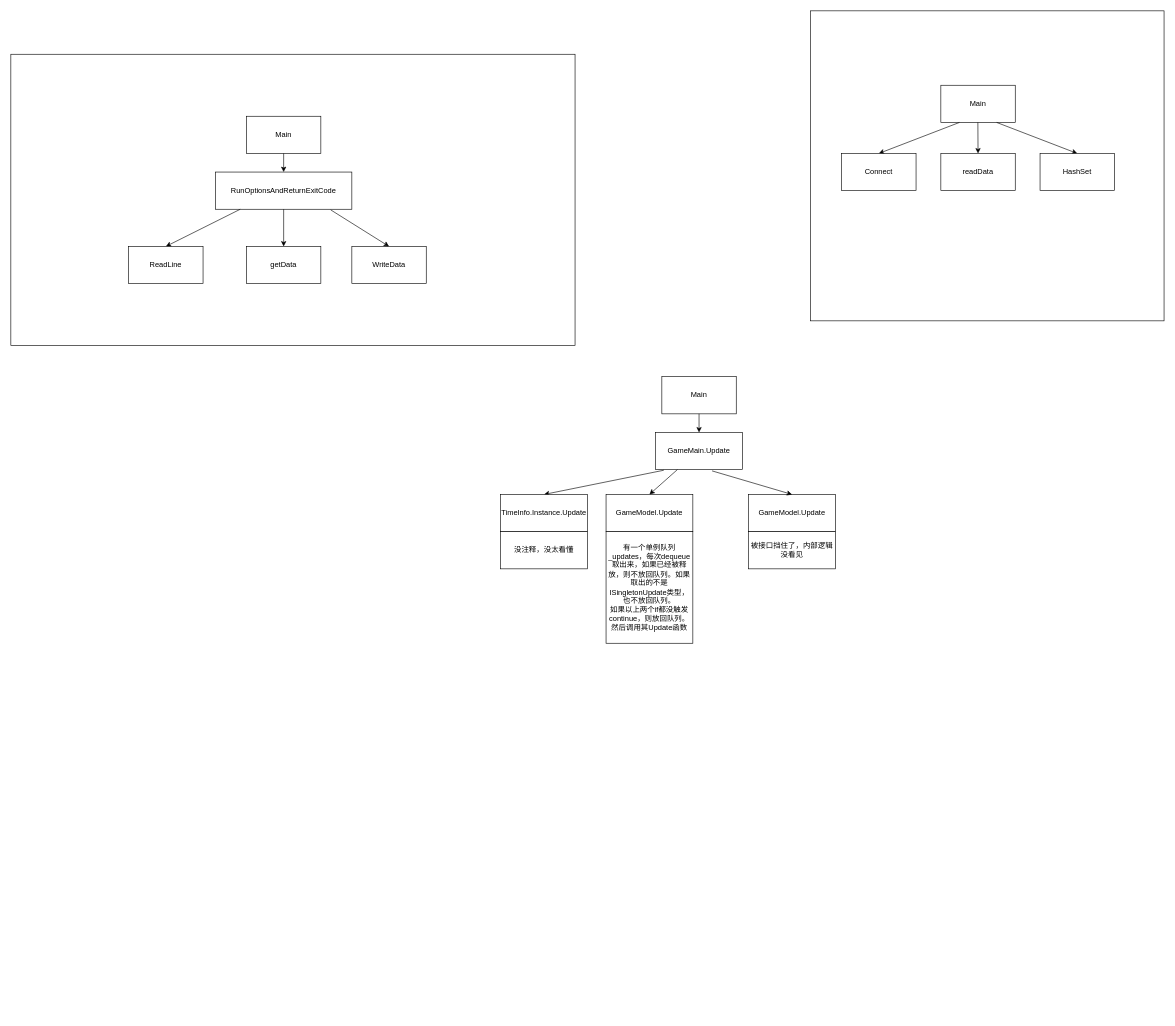
Above: 流程图.drawio in Eacie/draw (draw.io), before the change. Source tidied: cells renumbered, new cells numbered last; positions are measured from the earlier drawing's top-left corner, leaving out a move shared by most shapes. Both pictures are drawn from the tidied source at 62%, with x=0, y=0 at pixel (11, 11).
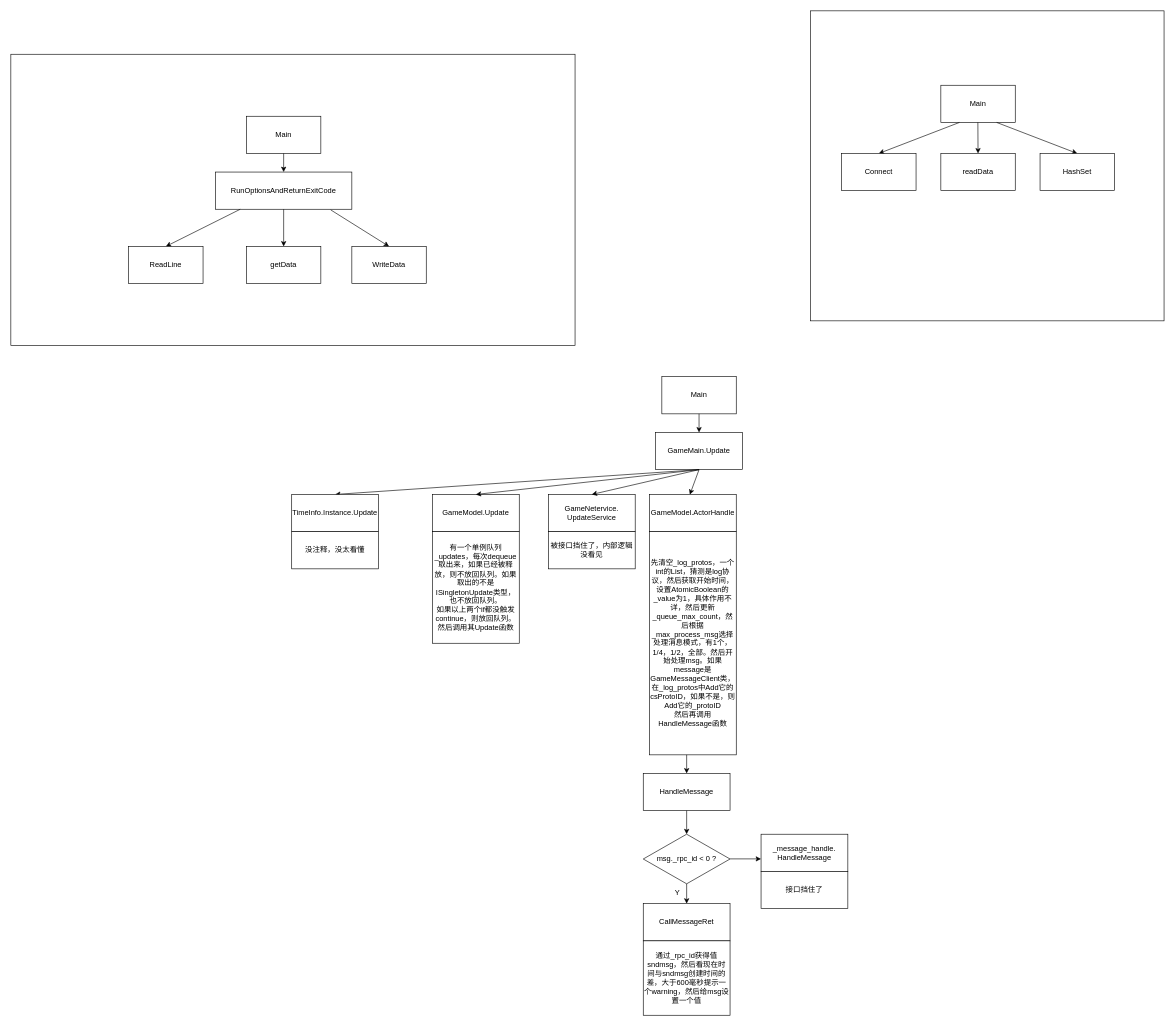
The same diagram, later.

Commit message:
更新流程图.drawio

The change refers to these unchanged cells:
```xml
<mxCell id="22" value="GameMain.Update" style="rounded=0;whiteSpace=wrap;html=1;" parent="1" vertex="1">
  <mxGeometry x="1040" y="680" width="140" height="60" as="geometry" />
</mxCell>
```

What changed in the source:
```diff
@@
-    <mxCell id="23" style="endArrow=classic;html=1;rounded=0;exitX=0.094;exitY=1.016;exitDx=0;exitDy=0;entryX=0.5;entryY=0;entryDx=0;entryDy=0;exitPerimeter=0;" parent="1" edge="1" source="22" target="24">
+    <mxCell id="23" style="endArrow=classic;html=1;rounded=0;exitX=0.5;exitY=1;exitDx=0;exitDy=0;entryX=0.5;entryY=0;entryDx=0;entryDy=0;" parent="1" edge="1" source="22" target="24">
       <mxGeometry relative="1" as="geometry" />
     </mxCell>
     <mxCell id="24" value="TimeInfo.Instance.Update" style="rounded=0;whiteSpace=wrap;html=1;" parent="1" vertex="1">
-      <mxGeometry x="790" y="780" width="140" height="60" as="geometry" />
+      <mxGeometry x="453" y="780" width="140" height="60" as="geometry" />
     </mxCell>
     <mxCell id="25" value="没注释，没太看懂" style="rounded=0;whiteSpace=wrap;html=1;" parent="1" vertex="1">
-      <mxGeometry x="790" y="840" width="140" height="60" as="geometry" />
+      <mxGeometry x="453" y="840" width="140" height="60" as="geometry" />
     </mxCell>
     <mxCell id="26" value="GameModel.Update" style="rounded=0;whiteSpace=wrap;html=1;" parent="1" vertex="1">
-      <mxGeometry x="960" y="780" width="140" height="60" as="geometry" />
+      <mxGeometry x="680" y="780" width="140" height="60" as="geometry" />
     </mxCell>
-    <mxCell id="27" style="endArrow=classic;html=1;rounded=0;exitX=0.25;exitY=1;exitDx=0;exitDy=0;entryX=0.5;entryY=0;entryDx=0;entryDy=0;" parent="1" edge="1" source="22" target="26">
+    <mxCell id="27" style="endArrow=classic;html=1;rounded=0;exitX=0.5;exitY=1;exitDx=0;exitDy=0;entryX=0.5;entryY=0;entryDx=0;entryDy=0;" parent="1" edge="1" source="22" target="26">
       <mxGeometry relative="1" as="geometry" />
     </mxCell>
     <mxCell id="28" value="有一个单例队列_updates，每次dequeue取出来，如果已经被释放，则不放回队列。如果取出的不是ISingletonUpdate类型，也不放回队列。&lt;br&gt;如果以上两个if都没触发continue，则放回队列。然后调用其Update函数" style="rounded=0;whiteSpace=wrap;html=1;" parent="1" vertex="1">
-      <mxGeometry x="960" y="840" width="140" height="180" as="geometry" />
+      <mxGeometry x="680" y="840" width="140" height="180" as="geometry" />
     </mxCell>
-    <mxCell id="29" value="GameModel.Update" style="rounded=0;whiteSpace=wrap;html=1;" parent="1" vertex="1">
-      <mxGeometry x="1190" y="780" width="140" height="60" as="geometry" />
+    <mxCell id="29" value="GameNetervice.&lt;br&gt;UpdateService" style="rounded=0;whiteSpace=wrap;html=1;" parent="1" vertex="1">
+      <mxGeometry x="867" y="780" width="140" height="60" as="geometry" />
     </mxCell>
-    <mxCell id="30" style="endArrow=classic;html=1;rounded=0;exitX=0.65;exitY=1.033;exitDx=0;exitDy=0;exitPerimeter=0;entryX=0.5;entryY=0;entryDx=0;entryDy=0;" parent="1" edge="1" source="22" target="29">
+    <mxCell id="30" style="endArrow=classic;html=1;rounded=0;entryX=0.5;entryY=0;entryDx=0;entryDy=0;exitX=0.5;exitY=1;exitDx=0;exitDy=0;" parent="1" edge="1" source="22" target="29">
       <mxGeometry relative="1" as="geometry" />
     </mxCell>
     <mxCell id="31" value="被接口挡住了，内部逻辑没看见" style="rounded=0;whiteSpace=wrap;html=1;" parent="1" vertex="1">
-      <mxGeometry x="1190" y="840" width="140" height="60" as="geometry" />
+      <mxGeometry x="867" y="840" width="140" height="60" as="geometry" />
     </mxCell>
+    <mxCell id="32" style="endArrow=classic;html=1;rounded=0;exitX=0.5;exitY=1;exitDx=0;exitDy=0;entryX=0.465;entryY=0.006;entryDx=0;entryDy=0;entryPerimeter=0;" parent="1" edge="1" source="22" target="33">
+      <mxGeometry relative="1" as="geometry" />
+    </mxCell>
+    <mxCell id="33" value="GameModel.ActorHandle" style="rounded=0;whiteSpace=wrap;html=1;" parent="1" vertex="1">
+      <mxGeometry x="1030" y="780" width="140" height="60" as="geometry" />
+    </mxCell>
+    <mxCell id="34" value="先清空_log_protos，一个int的List，猜测是log协议，然后获取开始时间，设置AtomicBoolean的_value为1，具体作用不详，然后更新_queue_max_count，然后根据_max_process_msg选择处理消息模式，有1个，1/4，1/2，全部。然后开始处理msg。如果message是GameMessageClient类，在_log_protos中Add它的csProtoID，如果不是，则Add它的_protoID&lt;br&gt;然后再调用HandleMessage函数" style="rounded=0;whiteSpace=wrap;html=1;" parent="1" vertex="1">
+      <mxGeometry x="1030" y="840" width="140" height="360" as="geometry" />
+    </mxCell>
+    <mxCell id="35" style="endArrow=classic;html=1;rounded=0;entryX=0.5;entryY=0;entryDx=0;entryDy=0;" parent="1" edge="1" target="36">
+      <mxGeometry relative="1" as="geometry">
+        <mxPoint x="1090" y="1200" as="sourcePoint" />
+      </mxGeometry>
+    </mxCell>
+    <mxCell id="36" value="HandleMessage" style="rounded=0;whiteSpace=wrap;html=1;" parent="1" vertex="1">
+      <mxGeometry x="1020" y="1230" width="140" height="60" as="geometry" />
+    </mxCell>
+    <mxCell id="37" style="endArrow=classic;html=1;rounded=0;exitX=0.5;exitY=1;exitDx=0;exitDy=0;entryX=0.5;entryY=0;entryDx=0;entryDy=0;" parent="1" edge="1" source="36" target="38">
+      <mxGeometry relative="1" as="geometry" />
+    </mxCell>
+    <mxCell id="38" value="msg._rpc_id &amp;lt; 0 ?" style="rhombus;whiteSpace=wrap;html=1;" parent="1" vertex="1">
+      <mxGeometry x="1020" y="1328" width="140" height="80" as="geometry" />
+    </mxCell>
+    <mxCell id="39" style="endArrow=classic;html=1;rounded=0;exitX=0.5;exitY=1;exitDx=0;exitDy=0;entryX=0.5;entryY=0;entryDx=0;entryDy=0;" parent="1" edge="1" source="38" target="41">
+      <mxGeometry relative="1" as="geometry" />
+    </mxCell>
+    <mxCell id="40" value="Y" style="text;html=1;align=center;verticalAlign=middle;strokeColor=none;fillColor=none;" parent="1" vertex="1">
+      <mxGeometry x="1060" y="1408" width="30" height="30" as="geometry" />
+    </mxCell>
+    <mxCell id="41" value="CallMessageRet" style="rounded=0;whiteSpace=wrap;html=1;" parent="1" vertex="1">
+      <mxGeometry x="1020" y="1440" width="140" height="60" as="geometry" />
+    </mxCell>
+    <mxCell id="42" style="endArrow=classic;html=1;rounded=0;" parent="1" edge="1">
+      <mxGeometry relative="1" as="geometry">
+        <mxPoint x="1160" y="1367.8" as="sourcePoint" />
+        <mxPoint x="1210" y="1367.8" as="targetPoint" />
+      </mxGeometry>
+    </mxCell>
+    <mxCell id="43" value="_message_handle.&lt;br&gt;HandleMessage" style="rounded=0;whiteSpace=wrap;html=1;" parent="1" vertex="1">
+      <mxGeometry x="1210" y="1328" width="140" height="60" as="geometry" />
+    </mxCell>
+    <mxCell id="44" value="接口挡住了" style="rounded=0;whiteSpace=wrap;html=1;" parent="1" vertex="1">
+      <mxGeometry x="1210" y="1388" width="140" height="60" as="geometry" />
+    </mxCell>
+    <mxCell id="45" value="通过_rpc_id获得值sndmsg，然后看现在时间与sndmsg创建时间的差，大于600毫秒提示一个warning，然后给msg设置一个值" style="rounded=0;whiteSpace=wrap;html=1;" parent="1" vertex="1">
+      <mxGeometry x="1020" y="1500" width="140" height="120" as="geometry" />
+    </mxCell>
```
